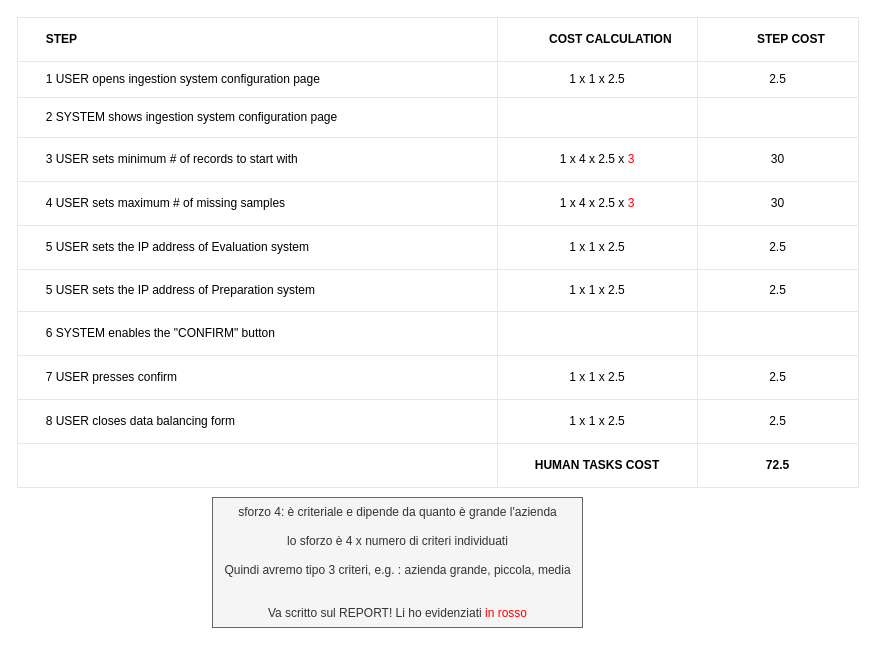
This is configure/ingestion system (CAPE)/ingestion_system_table.drawio from BaffoBello14/AutomaticDamagesRecognition, a draw.io file, before an edit. Source tidied: cells renumbered, new cells numbered last; positions are measured from the earlier drawing's top-left corner, leaving out a move shared by most shapes. Both pictures are drawn from the tidied source at 100%, with x=0, y=0 at pixel (17, 17).
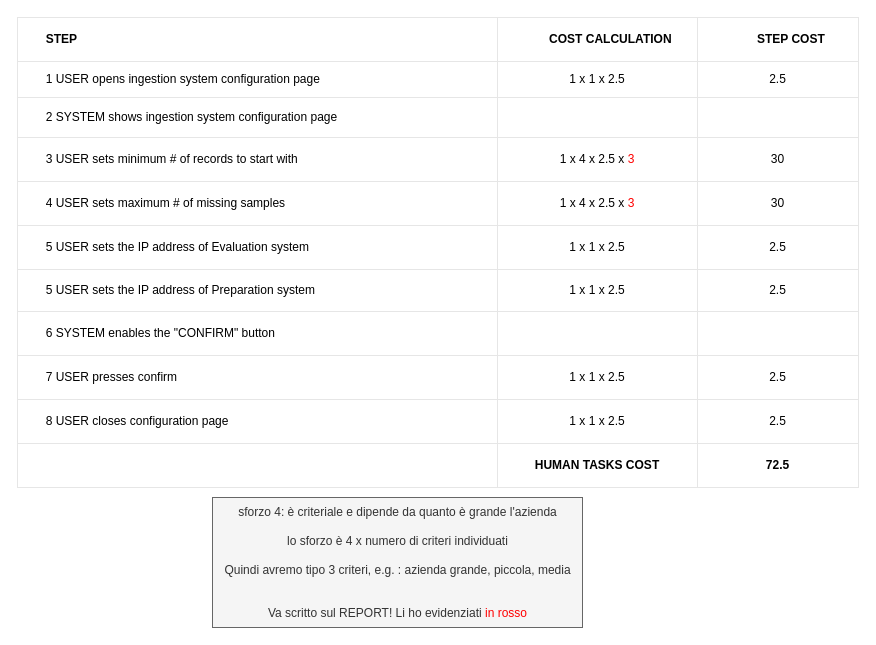
The same diagram, later.

The change refers to these unchanged cells:
```xml
<mxCell id="39" style="shape=tableRow;horizontal=0;startSize=0;swimlaneHead=0;swimlaneBody=0;top=0;left=0;bottom=0;right=0;fontStyle=0;fillColor=none;strokeColor=inherit;align=center;" parent="2" vertex="1">
  <mxGeometry y="382" width="841" height="44" as="geometry" />
</mxCell>
```

The edit, as a diff of the source:
```diff
@@
-    <mxCell id="40" value="&lt;span style=&quot;white-space: pre;&quot;&gt;&#9;&lt;/span&gt;8&amp;nbsp;USER closes data balancing form" style="strokeColor=inherit;fillColor=none;align=left;whiteSpace=wrap;html=1;labelPosition=center;verticalLabelPosition=middle;verticalAlign=middle;" parent="39" vertex="1">
+    <mxCell id="40" value="&lt;span style=&quot;white-space: pre;&quot;&gt;&#9;&lt;/span&gt;8&amp;nbsp;USER closes configuration page" style="strokeColor=inherit;fillColor=none;align=left;whiteSpace=wrap;html=1;labelPosition=center;verticalLabelPosition=middle;verticalAlign=middle;" parent="39" vertex="1">
       <mxGeometry width="480" height="44" as="geometry" />
     </mxCell>
```
